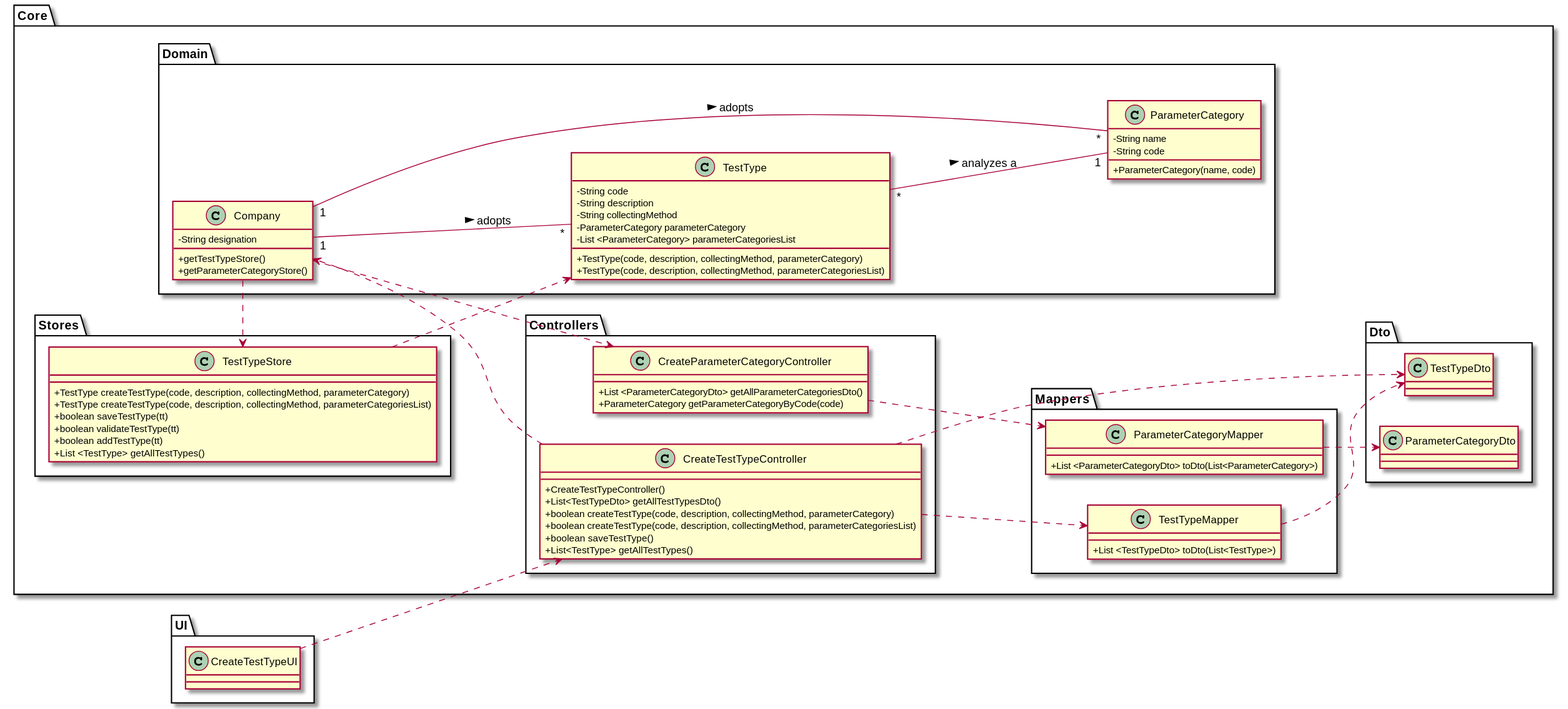
Above: docs/SprintC/US09/US09-CD.svg in 0franciscor/lei-21-s2-1de-g19 (PlantUML), before the change.
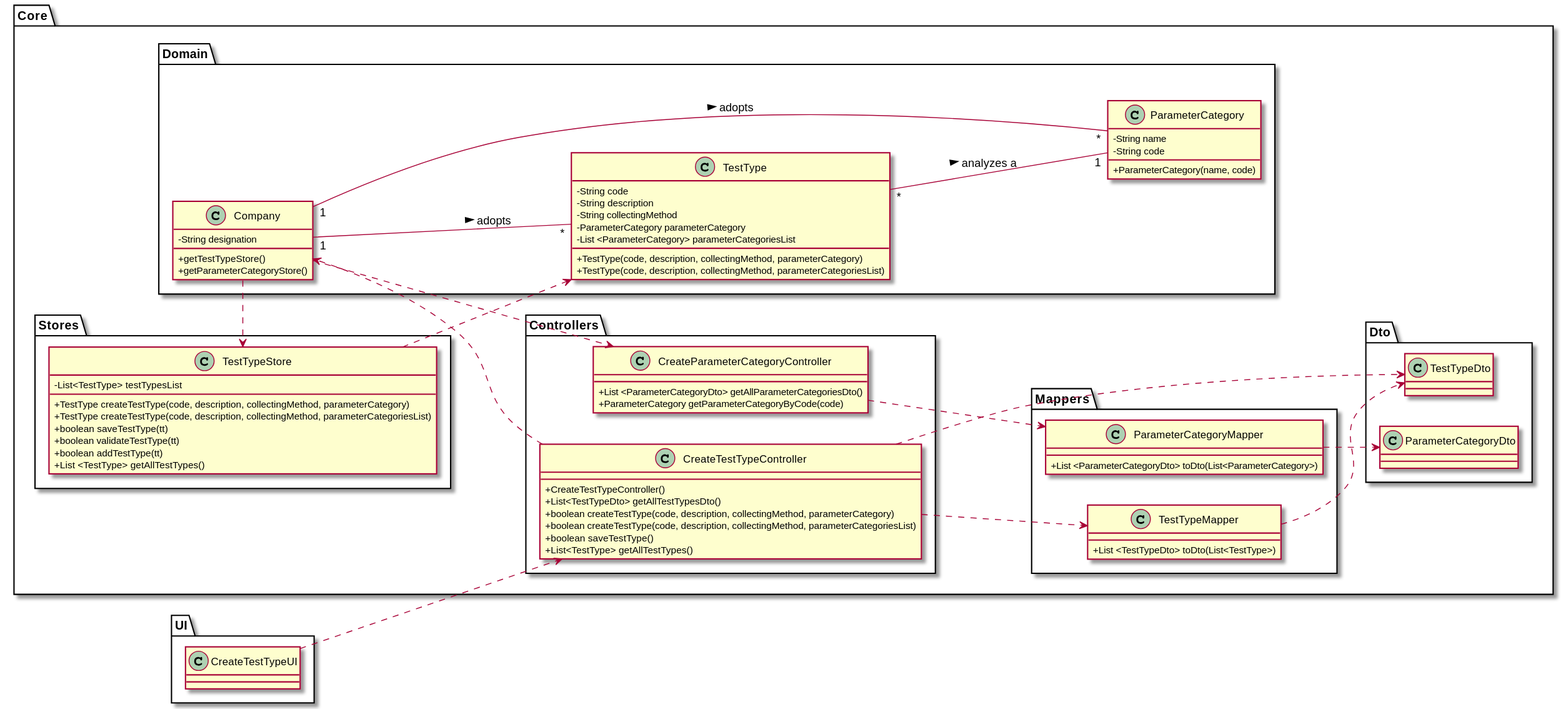
Later version of the same file.

Change to the diagram source:
```diff
@@ -33,6 +33,7 @@
 
 package Stores{
 class "TestTypeStore" as TTS{
+-List<TestType> testTypesList
 +TestType createTestType(code, description, collectingMethod, parameterCategory)
 +TestType createTestType(code, description, collectingMethod, parameterCategoriesList)
 +boolean saveTestType(tt)
```
